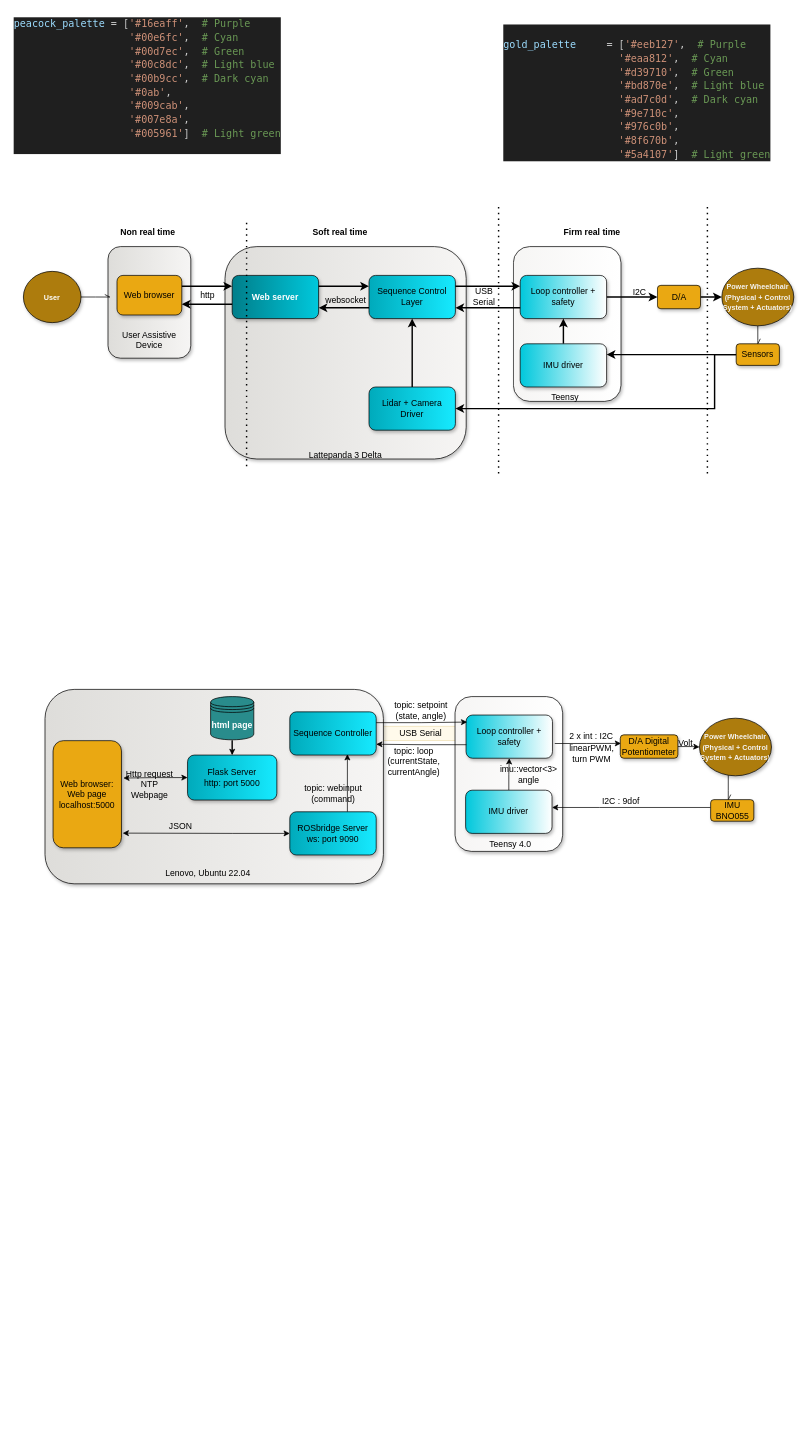
The draw.io diagram Diagrams/architectural diagram.drawio in mekuro9/PWAO-CSU, before the edit. Source tidied: cells renumbered, new cells numbered last; positions are measured from the earlier drawing's top-left corner, leaving out a move shared by most shapes. Both pictures are drawn from the tidied source at 72%, with x=0, y=0 at pixel (12, 12).
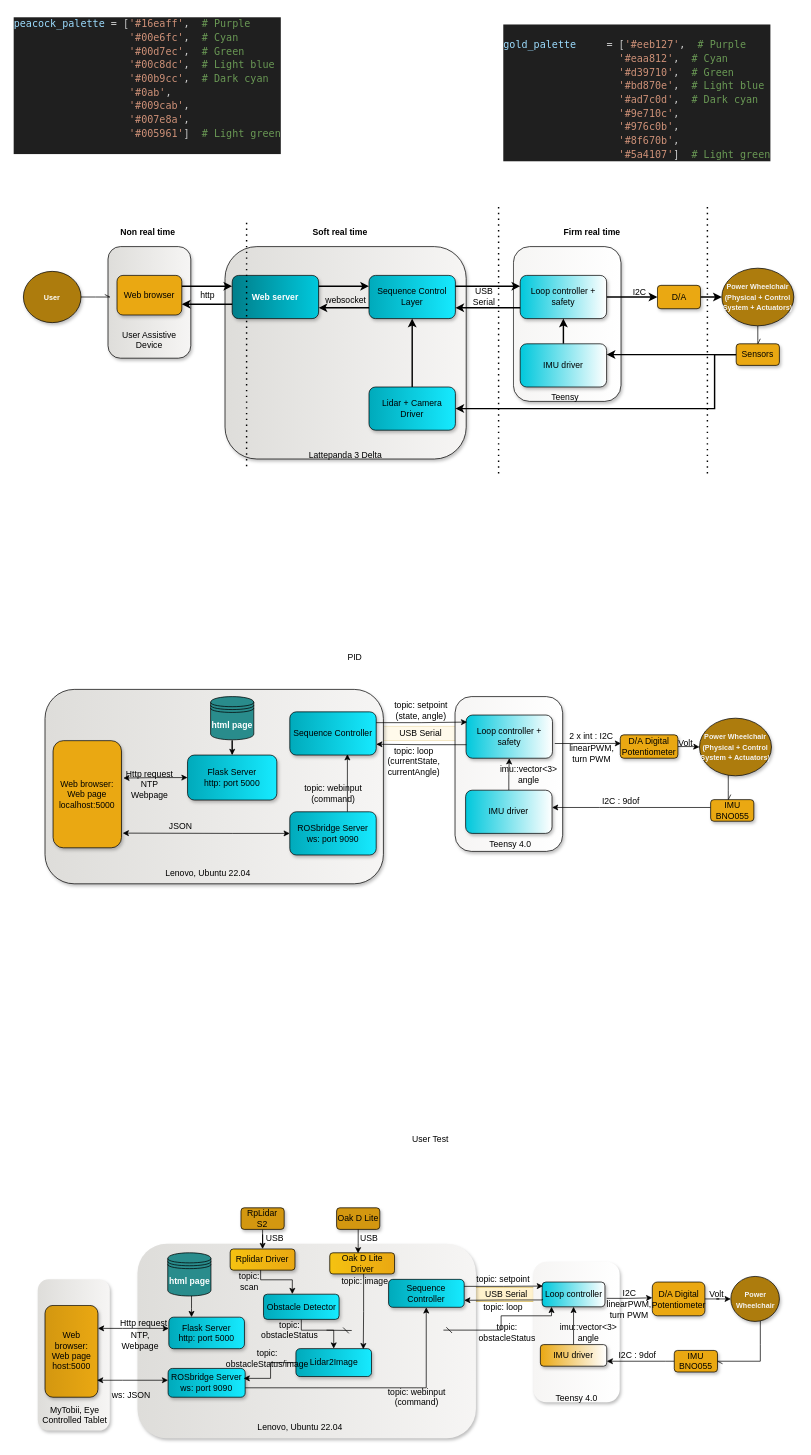
Above is the later version.

The edit, as a diff of the source:
```diff
@@
+    <mxCell id="81" value="&lt;p style=&quot;line-height: 120%;&quot; align=&quot;right&quot;&gt;&lt;br&gt;&lt;/p&gt;" style="rounded=1;whiteSpace=wrap;html=1;fillColor=#deddda;shadow=1;gradientColor=#f6f5f4;gradientDirection=east;dashed=1;dashPattern=1 4;strokeColor=none;" parent="1" vertex="1">
+      <mxGeometry x="35" y="1759.4" width="100" height="210" as="geometry" />
+    </mxCell>
+    <mxCell id="82" value="MyTobii, Eye Controlled Tablet" style="text;html=1;align=center;verticalAlign=middle;whiteSpace=wrap;rounded=0;" parent="1" vertex="1">
+      <mxGeometry x="23.5" y="1933.1" width="125" height="30" as="geometry" />
+    </mxCell>
@@
+    <mxCell id="83" value="PID" style="text;html=1;align=center;verticalAlign=middle;strokeColor=none;fillColor=none;" parent="1" vertex="1">
+      <mxGeometry x="455" y="880" width="40" height="30" as="geometry" />
+    </mxCell>
+    <mxCell id="84" value="USB Serial" style="text;html=1;align=center;verticalAlign=middle;whiteSpace=wrap;rounded=0;strokeColor=#d6b656;fillColor=#fff2cc;" parent="1" vertex="1">
+      <mxGeometry x="627.2" y="1770.3" width="117.5" height="20" as="geometry" />
+    </mxCell>
+    <mxCell id="85" value="&lt;p style=&quot;line-height: 120%;&quot; align=&quot;right&quot;&gt;&lt;br&gt;&lt;/p&gt;" style="rounded=1;whiteSpace=wrap;html=1;fillColor=#f6f5f4;gradientColor=#ffffff;gradientDirection=east;shadow=1;strokeColor=none;" parent="1" vertex="1">
+      <mxGeometry x="723.2" y="1735" width="120" height="195" as="geometry" />
+    </mxCell>
+    <mxCell id="86" style="edgeStyle=orthogonalEdgeStyle;rounded=0;jettySize=auto;html=1;strokeWidth=1;exitX=1.027;exitY=0.659;exitDx=0;exitDy=0;exitPerimeter=0;" parent="1" edge="1" source="87">
+      <mxGeometry relative="1" as="geometry">
+        <mxPoint x="888.5" y="1785" as="targetPoint" />
+      </mxGeometry>
+    </mxCell>
+    <mxCell id="87" value="Loop controller" style="rounded=1;whiteSpace=wrap;html=1;fillColor=#00c8dc;shadow=1;gradientColor=#ffffff;gradientDirection=east;" parent="1" vertex="1">
+      <mxGeometry x="735.5" y="1763.1" width="87.2" height="34.4" as="geometry" />
+    </mxCell>
+    <mxCell id="88" style="edgeStyle=orthogonalEdgeStyle;rounded=0;jettySize=auto;html=1;strokeWidth=1;" parent="1" edge="1" source="89" target="87">
+      <mxGeometry relative="1" as="geometry" />
+    </mxCell>
+    <mxCell id="89" value="IMU driver" style="rounded=1;whiteSpace=wrap;html=1;fillColor=#eaa812;shadow=1;gradientColor=#ffffff;gradientDirection=east;" parent="1" vertex="1">
+      <mxGeometry x="733" y="1850" width="92.2" height="30" as="geometry" />
+    </mxCell>
+    <mxCell id="90" style="edgeStyle=orthogonalEdgeStyle;rounded=0;jettySize=auto;html=1;endArrow=openAsync;endFill=0;" parent="1" edge="1" source="91" target="95">
+      <mxGeometry relative="1" as="geometry">
+        <Array as="points">
+          <mxPoint x="1038.5" y="1850" />
+          <mxPoint x="1038.5" y="1850" />
+        </Array>
+      </mxGeometry>
+    </mxCell>
+    <mxCell id="91" value="&lt;font color=&quot;#f5f4f3&quot;&gt;&lt;b&gt;&lt;font style=&quot;font-size: 10px;&quot;&gt;Power Wheelchair&lt;/font&gt;&lt;/b&gt;&lt;/font&gt;" style="ellipse;whiteSpace=wrap;html=1;fillColor=#ad7c0d;shadow=1;" parent="1" vertex="1">
+      <mxGeometry x="997.5" y="1755.3" width="67.5" height="62.5" as="geometry" />
+    </mxCell>
+    <mxCell id="92" style="edgeStyle=orthogonalEdgeStyle;rounded=0;jettySize=auto;html=1;" parent="1" edge="1" source="93" target="91">
+      <mxGeometry relative="1" as="geometry" />
+    </mxCell>
+    <mxCell id="93" value="D/A Digital Potentiometer" style="rounded=1;whiteSpace=wrap;html=1;fillColor=#eaa812;shadow=1;" parent="1" vertex="1">
+      <mxGeometry x="888.5" y="1763.1" width="73" height="46.9" as="geometry" />
+    </mxCell>
+    <mxCell id="94" style="edgeStyle=orthogonalEdgeStyle;rounded=0;jettySize=auto;html=1;strokeWidth=1;" parent="1" edge="1" source="95" target="89">
+      <mxGeometry relative="1" as="geometry">
+        <Array as="points">
+          <mxPoint x="906.5" y="1874" />
+          <mxPoint x="906.5" y="1874" />
+        </Array>
+      </mxGeometry>
+    </mxCell>
+    <mxCell id="95" value="IMU BNO055" style="rounded=1;whiteSpace=wrap;html=1;fillColor=#eaa812;shadow=1;" parent="1" vertex="1">
+      <mxGeometry x="919" y="1858.1" width="60" height="30" as="geometry" />
+    </mxCell>
+    <mxCell id="96" value="Teensy 4.0" style="text;html=1;align=center;verticalAlign=middle;whiteSpace=wrap;rounded=0;" parent="1" vertex="1">
+      <mxGeometry x="720.8" y="1910" width="125" height="30" as="geometry" />
+    </mxCell>
+    <mxCell id="97" value="I2C" style="text;html=1;align=center;verticalAlign=middle;whiteSpace=wrap;rounded=0;" parent="1" vertex="1">
+      <mxGeometry x="817" y="1771.9" width="80" height="13.8" as="geometry" />
+    </mxCell>
+    <mxCell id="98" value="linearPWM, turn PWM" style="text;html=1;align=center;verticalAlign=middle;whiteSpace=wrap;rounded=0;" parent="1" vertex="1">
+      <mxGeometry x="816.2" y="1793.8" width="80.8" height="13.8" as="geometry" />
+    </mxCell>
+    <mxCell id="99" value="I2C : 9dof" style="text;html=1;align=center;verticalAlign=middle;whiteSpace=wrap;rounded=0;" parent="1" vertex="1">
+      <mxGeometry x="837.5" y="1858.1" width="59.5" height="13.8" as="geometry" />
+    </mxCell>
+    <mxCell id="100" value="imu::vector&amp;lt;3&amp;gt; angle" style="text;html=1;align=center;verticalAlign=middle;whiteSpace=wrap;rounded=0;" parent="1" vertex="1">
+      <mxGeometry x="763.2" y="1815" width="74.2" height="35" as="geometry" />
+    </mxCell>
+    <mxCell id="101" value="&lt;p style=&quot;line-height: 120%;&quot; align=&quot;right&quot;&gt;&lt;br&gt;&lt;/p&gt;" style="rounded=1;whiteSpace=wrap;html=1;fillColor=#deddda;shadow=1;gradientColor=#f6f5f4;gradientDirection=east;strokeColor=none;" parent="1" vertex="1">
+      <mxGeometry x="173.5" y="1710" width="470" height="270" as="geometry" />
+    </mxCell>
+    <mxCell id="102" value="Lenovo, Ubuntu 22.04" style="text;html=1;align=center;verticalAlign=middle;whiteSpace=wrap;rounded=0;" parent="1" vertex="1">
+      <mxGeometry x="337" y="1950" width="125" height="30" as="geometry" />
+    </mxCell>
+    <mxCell id="103" value="Sequence Controller" style="rounded=1;whiteSpace=wrap;html=1;fillColor=#00aabb;shadow=1;fillStyle=auto;gradientColor=#16eaff;gradientDirection=east;" parent="1" vertex="1">
+      <mxGeometry x="522.2" y="1759.4" width="105" height="38.8" as="geometry" />
+    </mxCell>
+    <mxCell id="104" style="edgeStyle=orthogonalEdgeStyle;rounded=0;jettySize=auto;html=1;entryX=0.013;entryY=0.163;entryDx=0;entryDy=0;entryPerimeter=0;exitX=1;exitY=0.25;exitDx=0;exitDy=0;" parent="1" edge="1" source="103" target="87">
+      <mxGeometry relative="1" as="geometry" />
+    </mxCell>
+    <mxCell id="105" style="edgeStyle=orthogonalEdgeStyle;rounded=0;jettySize=auto;html=1;entryX=1;entryY=0.75;entryDx=0;entryDy=0;exitX=0.004;exitY=0.687;exitDx=0;exitDy=0;exitPerimeter=0;" parent="1" edge="1" source="87" target="103">
+      <mxGeometry relative="1" as="geometry">
+        <Array as="points">
+          <mxPoint x="735.5" y="1788" />
+          <mxPoint x="683.5" y="1788" />
+        </Array>
+      </mxGeometry>
+    </mxCell>
+    <mxCell id="106" value="topic: setpoint" style="text;html=1;align=center;verticalAlign=middle;whiteSpace=wrap;rounded=0;" parent="1" vertex="1">
+      <mxGeometry x="633.5" y="1748.8" width="95" height="20" as="geometry" />
+    </mxCell>
+    <mxCell id="107" value="topic: loop" style="text;html=1;align=center;verticalAlign=middle;whiteSpace=wrap;rounded=0;" parent="1" vertex="1">
+      <mxGeometry x="633.5" y="1787.5" width="95" height="20" as="geometry" />
+    </mxCell>
+    <mxCell id="108" style="edgeStyle=orthogonalEdgeStyle;rounded=0;jettySize=auto;html=1;" parent="1" edge="1" source="109" target="103">
+      <mxGeometry relative="1" as="geometry">
+        <Array as="points">
+          <mxPoint x="574.5" y="1910" />
+        </Array>
+      </mxGeometry>
+    </mxCell>
+    <mxCell id="109" value="&lt;div&gt;ROSbridge Server&lt;/div&gt;&lt;div&gt;ws: port 9090&lt;br&gt;&lt;/div&gt;" style="rounded=1;whiteSpace=wrap;html=1;fillColor=#00aabb;shadow=1;fillStyle=auto;gradientColor=#16eaff;gradientDirection=east;" parent="1" vertex="1">
+      <mxGeometry x="216" y="1883.1" width="107" height="40" as="geometry" />
+    </mxCell>
+    <mxCell id="110" style="edgeStyle=orthogonalEdgeStyle;rounded=0;jettySize=auto;html=1;entryX=1;entryY=0.25;entryDx=0;entryDy=0;startArrow=classic;startFill=1;" parent="1" edge="1" source="111" target="112">
+      <mxGeometry relative="1" as="geometry">
+        <Array as="points">
+          <mxPoint x="152.5" y="1828" />
+        </Array>
+      </mxGeometry>
+    </mxCell>
+    <mxCell id="111" value="&lt;div&gt;Flask Server&lt;/div&gt;&lt;div&gt;http: port 5000&lt;/div&gt;" style="rounded=1;whiteSpace=wrap;html=1;fillColor=#00aabb;shadow=1;fillStyle=auto;gradientColor=#16eaff;gradientDirection=east;" parent="1" vertex="1">
+      <mxGeometry x="217" y="1811.9" width="105" height="43.8" as="geometry" />
+    </mxCell>
+    <mxCell id="112" value="&lt;div&gt;Web browser: Web page&lt;/div&gt;&lt;div&gt;host:5000&lt;br&gt;&lt;/div&gt;" style="rounded=1;whiteSpace=wrap;html=1;fillColor=#eaa812;shadow=1;gradientColor=#d39710;gradientDirection=west;" parent="1" vertex="1">
+      <mxGeometry x="45" y="1795.6" width="73.5" height="127.5" as="geometry" />
+    </mxCell>
+    <mxCell id="113" style="edgeStyle=orthogonalEdgeStyle;rounded=0;jettySize=auto;html=1;" parent="1" edge="1" source="114" target="111">
+      <mxGeometry relative="1" as="geometry">
+        <Array as="points">
+          <mxPoint x="248.5" y="1800" />
+          <mxPoint x="248.5" y="1800" />
+        </Array>
+      </mxGeometry>
+    </mxCell>
+    <mxCell id="114" value="&lt;font color=&quot;#ffffff&quot;&gt;&lt;b&gt;html page&lt;/b&gt;&lt;/font&gt;" style="shape=datastore;whiteSpace=wrap;html=1;fillColor=#298c8c;" parent="1" vertex="1">
+      <mxGeometry x="215.5" y="1722.5" width="60" height="60" as="geometry" />
+    </mxCell>
+    <mxCell id="115" value="ws: JSON" style="text;html=1;align=center;verticalAlign=middle;whiteSpace=wrap;rounded=0;" parent="1" vertex="1">
+      <mxGeometry x="134.5" y="1913.1" width="60" height="13.1" as="geometry" />
+    </mxCell>
+    <mxCell id="116" value="Http request" style="text;html=1;align=center;verticalAlign=middle;whiteSpace=wrap;rounded=0;" parent="1" vertex="1">
+      <mxGeometry x="134.5" y="1810" width="95" height="20" as="geometry" />
+    </mxCell>
+    <mxCell id="117" value="&lt;div&gt;NTP,&lt;/div&gt;&lt;div&gt;Webpage&lt;br&gt;&lt;/div&gt;" style="text;html=1;align=center;verticalAlign=middle;whiteSpace=wrap;rounded=0;" parent="1" vertex="1">
+      <mxGeometry x="129.8" y="1829.4" width="95" height="31.2" as="geometry" />
+    </mxCell>
+    <mxCell id="118" value="topic: webinput (command)" style="text;html=1;align=center;verticalAlign=middle;whiteSpace=wrap;rounded=0;" parent="1" vertex="1">
+      <mxGeometry x="513.5" y="1913.1" width="95" height="20" as="geometry" />
+    </mxCell>
+    <mxCell id="119" value="Volt" style="text;html=1;align=center;verticalAlign=middle;whiteSpace=wrap;rounded=0;" parent="1" vertex="1">
+      <mxGeometry x="958" y="1773.4" width="39.5" height="13.8" as="geometry" />
+    </mxCell>
+    <mxCell id="120" value="User Test" style="text;html=1;align=center;verticalAlign=middle;strokeColor=none;fillColor=none;" parent="1" vertex="1">
+      <mxGeometry x="544.5" y="1550" width="70" height="30" as="geometry" />
+    </mxCell>
+    <mxCell id="121" style="edgeStyle=orthogonalEdgeStyle;rounded=0;jettySize=auto;html=1;entryX=0.5;entryY=0;entryDx=0;entryDy=0;" parent="1" edge="1" source="122" target="126">
+      <mxGeometry relative="1" as="geometry">
+        <Array as="points">
+          <mxPoint x="401.5" y="1830" />
+          <mxPoint x="446.5" y="1830" />
+        </Array>
+      </mxGeometry>
+    </mxCell>
+    <mxCell id="122" value="Obstacle Detector" style="rounded=1;whiteSpace=wrap;html=1;fillColor=#00aabb;shadow=1;fillStyle=auto;gradientColor=#16eaff;gradientDirection=east;" parent="1" vertex="1">
+      <mxGeometry x="348.5" y="1780" width="105" height="35" as="geometry" />
+    </mxCell>
+    <mxCell id="123" value="Rplidar Driver" style="rounded=1;whiteSpace=wrap;html=1;fillColor=#eaa812;shadow=1;gradientColor=#f5c211;gradientDirection=west;" parent="1" vertex="1">
+      <mxGeometry x="302.2" y="1717.2" width="90" height="29.4" as="geometry" />
+    </mxCell>
+    <mxCell id="124" value="Oak D Lite Driver" style="rounded=1;whiteSpace=wrap;html=1;fillColor=#eaa812;shadow=1;gradientColor=#f5c211;gradientDirection=west;" parent="1" vertex="1">
+      <mxGeometry x="440.5" y="1722.5" width="90" height="29.4" as="geometry" />
+    </mxCell>
+    <mxCell id="125" style="edgeStyle=orthogonalEdgeStyle;rounded=0;jettySize=auto;html=1;entryX=0.98;entryY=0.345;entryDx=0;entryDy=0;entryPerimeter=0;" parent="1" edge="1" source="126" target="109">
+      <mxGeometry relative="1" as="geometry" />
+    </mxCell>
+    <mxCell id="126" value="Lidar2Image" style="rounded=1;whiteSpace=wrap;html=1;fillColor=#00aabb;shadow=1;fillStyle=auto;gradientColor=#16eaff;gradientDirection=east;" parent="1" vertex="1">
+      <mxGeometry x="393.5" y="1855.6" width="105" height="38.8" as="geometry" />
+    </mxCell>
+    <mxCell id="127" value="topic: obstacleStatus/image" style="text;html=1;align=center;verticalAlign=middle;whiteSpace=wrap;rounded=0;" parent="1" vertex="1">
+      <mxGeometry x="318.5" y="1860" width="70" height="20" as="geometry" />
+    </mxCell>
+    <mxCell id="128" value="topic: obstacleStatus" style="text;html=1;align=center;verticalAlign=middle;whiteSpace=wrap;rounded=0;" parent="1" vertex="1">
+      <mxGeometry x="348.5" y="1820" width="72.2" height="20" as="geometry" />
+    </mxCell>
+    <mxCell id="129" style="edgeStyle=orthogonalEdgeStyle;rounded=0;jettySize=auto;html=1;entryX=0.983;entryY=0.815;entryDx=0;entryDy=0;entryPerimeter=0;startArrow=classic;startFill=1;" parent="1" edge="1" source="109" target="112">
+      <mxGeometry relative="1" as="geometry">
+        <Array as="points">
+          <mxPoint x="152.5" y="1900" />
+        </Array>
+      </mxGeometry>
+    </mxCell>
+    <mxCell id="130" style="edgeStyle=orthogonalEdgeStyle;rounded=0;jettySize=auto;html=1;entryX=0.381;entryY=-0.005;entryDx=0;entryDy=0;entryPerimeter=0;" parent="1" edge="1" source="123" target="122">
+      <mxGeometry relative="1" as="geometry">
+        <Array as="points">
+          <mxPoint x="344.5" y="1760" />
+          <mxPoint x="388.5" y="1760" />
+        </Array>
+      </mxGeometry>
+    </mxCell>
+    <mxCell id="131" style="edgeStyle=orthogonalEdgeStyle;rounded=0;jettySize=auto;html=1;entryX=0.891;entryY=0.021;entryDx=0;entryDy=0;entryPerimeter=0;" parent="1" edge="1" source="124" target="126">
+      <mxGeometry relative="1" as="geometry">
+        <Array as="points">
+          <mxPoint x="487.5" y="1804" />
+          <mxPoint x="487.5" y="1804" />
+        </Array>
+      </mxGeometry>
+    </mxCell>
+    <mxCell id="132" value="topic: image" style="text;html=1;align=center;verticalAlign=middle;whiteSpace=wrap;rounded=0;" parent="1" vertex="1">
+      <mxGeometry x="450" y="1751.9" width="78.5" height="20" as="geometry" />
+    </mxCell>
+    <mxCell id="133" value="topic: scan" style="text;html=1;align=center;verticalAlign=middle;whiteSpace=wrap;rounded=0;" parent="1" vertex="1">
+      <mxGeometry x="302.2" y="1751.9" width="53.5" height="20" as="geometry" />
+    </mxCell>
+    <mxCell id="134" style="edgeStyle=elbowEdgeStyle;rounded=0;orthogonalLoop=1;jettySize=auto;html=1;elbow=vertical;endArrow=dash;endFill=0;" parent="1" edge="1">
+      <mxGeometry relative="1" as="geometry">
+        <mxPoint x="436" y="1830" as="sourcePoint" />
+        <mxPoint x="471" y="1830.2" as="targetPoint" />
+        <Array as="points">
+          <mxPoint x="608.1" y="1830.4" />
+        </Array>
+      </mxGeometry>
+    </mxCell>
+    <mxCell id="135" style="rounded=0;jettySize=auto;html=1;elbow=vertical;endArrow=dash;endFill=0;edgeStyle=orthogonalEdgeStyle;startArrow=classic;startFill=1;entryX=0.904;entryY=0.444;entryDx=0;entryDy=0;entryPerimeter=0;" parent="1" edge="1" source="87" target="101">
+      <mxGeometry relative="1" as="geometry">
+        <Array as="points">
+          <mxPoint x="748.5" y="1810" />
+          <mxPoint x="678.5" y="1810" />
+          <mxPoint x="678.5" y="1830" />
+        </Array>
+      </mxGeometry>
+    </mxCell>
+    <mxCell id="136" value="topic: obstacleStatus" style="text;html=1;align=center;verticalAlign=middle;whiteSpace=wrap;rounded=0;" parent="1" vertex="1">
+      <mxGeometry x="651" y="1822.5" width="72.2" height="20" as="geometry" />
+    </mxCell>
+    <mxCell id="137" style="edgeStyle=orthogonalEdgeStyle;rounded=0;jettySize=auto;html=1;entryX=0.5;entryY=0;entryDx=0;entryDy=0;" parent="1" edge="1" source="138" target="123">
+      <mxGeometry relative="1" as="geometry" />
+    </mxCell>
+    <mxCell id="138" value="RpLidar S2" style="rounded=1;whiteSpace=wrap;html=1;fillColor=#d39710;shadow=1;" parent="1" vertex="1">
+      <mxGeometry x="317.2" y="1660" width="60" height="30" as="geometry" />
+    </mxCell>
+    <mxCell id="139" value="Oak D Lite" style="rounded=1;whiteSpace=wrap;html=1;fillColor=#d39710;shadow=1;" parent="1" vertex="1">
+      <mxGeometry x="450" y="1660" width="60" height="30" as="geometry" />
+    </mxCell>
+    <mxCell id="140" style="edgeStyle=orthogonalEdgeStyle;rounded=0;jettySize=auto;html=1;entryX=0.437;entryY=0.028;entryDx=0;entryDy=0;entryPerimeter=0;" parent="1" edge="1" source="139" target="124">
+      <mxGeometry relative="1" as="geometry" />
+    </mxCell>
+    <mxCell id="141" value="USB" style="text;html=1;align=center;verticalAlign=middle;strokeColor=none;fillColor=none;" parent="1" vertex="1">
+      <mxGeometry x="338.5" y="1687.2" width="50" height="30" as="geometry" />
+    </mxCell>
+    <mxCell id="142" value="USB" style="text;html=1;align=center;verticalAlign=middle;strokeColor=none;fillColor=none;" parent="1" vertex="1">
+      <mxGeometry x="470" y="1687.2" width="50" height="30" as="geometry" />
+    </mxCell>
```
